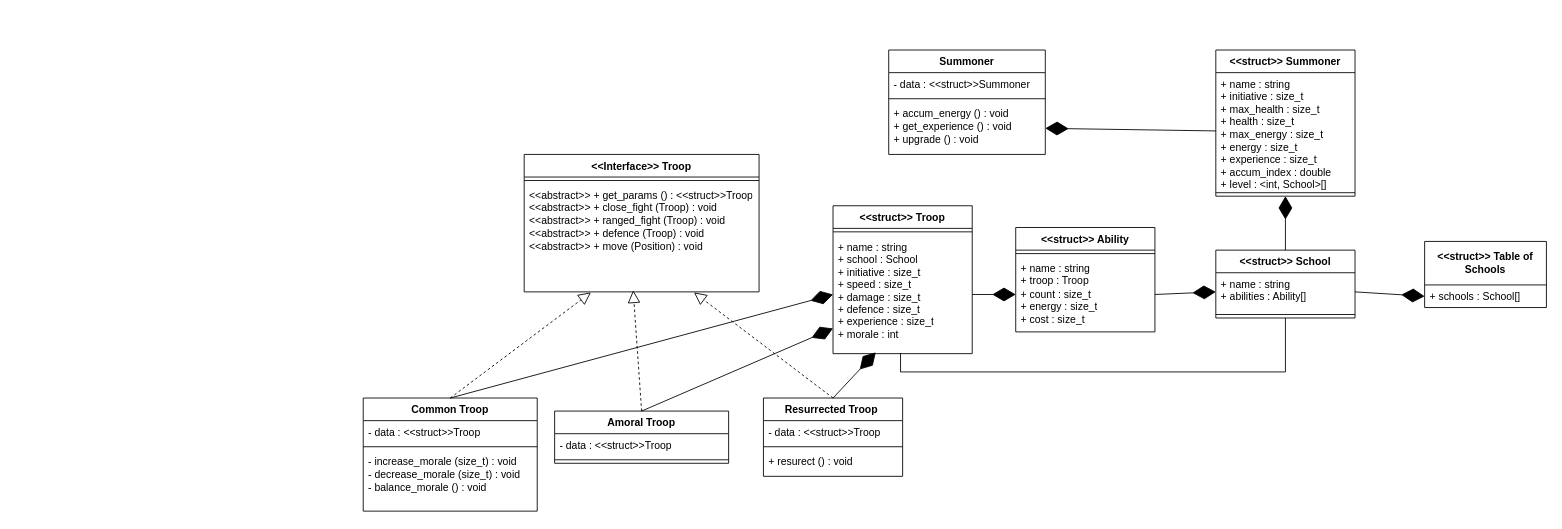
Earlier version of the draw.io diagram lab3.drawio (Alvald1/draw.io). Source tidied: cells renumbered, new cells numbered last; positions are measured from the earlier drawing's top-left corner, leaving out a move shared by most shapes. Both pictures are drawn from the tidied source at 87%, with x=0, y=0 at pixel (363, 50).
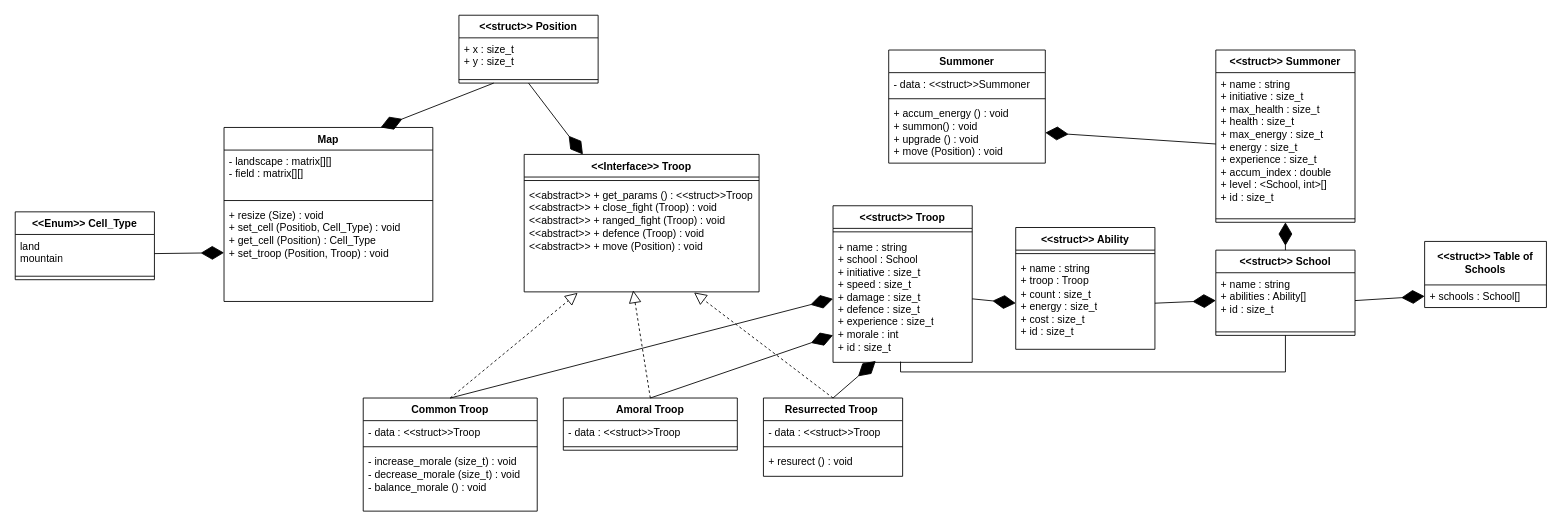
After the change.

The change refers to these unchanged cells:
```xml
<mxCell id="26" value="&amp;lt;&amp;lt;Interface&amp;gt;&amp;gt; Troop" style="swimlane;fontStyle=1;align=center;verticalAlign=top;horizontal=1;startSize=26;whiteSpace=wrap;html=1;" parent="1" vertex="1">
  <mxGeometry x="185" y="120" width="270" height="158" as="geometry" />
</mxCell>
<mxCell id="28" value="&amp;lt;&amp;lt;abstract&amp;gt;&amp;gt;&amp;nbsp;+ get_params () : &amp;lt;&amp;lt;struct&amp;gt;&amp;gt;Troop&lt;br&gt;&lt;div&gt;&lt;span style=&quot;background-color: initial;&quot;&gt;&amp;lt;&amp;lt;abstract&amp;gt;&amp;gt;&lt;/span&gt;&lt;span style=&quot;background-color: initial;&quot;&gt;&amp;nbsp;&lt;/span&gt;+ close_fight (Troop) : void&lt;/div&gt;&lt;div&gt;&lt;span style=&quot;background-color: initial;&quot;&gt;&amp;lt;&amp;lt;abstract&amp;gt;&amp;gt;&lt;/span&gt;&lt;span style=&quot;background-color: initial;&quot;&gt;&amp;nbsp;&lt;/span&gt;+ ranged_fight (Troop) : void&lt;/div&gt;&lt;div&gt;&lt;span style=&quot;background-color: initial;&quot;&gt;&amp;lt;&amp;lt;abstract&amp;gt;&amp;gt;&lt;/span&gt;&lt;span style=&quot;background-color: initial;&quot;&gt;&amp;nbsp;&lt;/span&gt;+ defence (Troop) : void&lt;/div&gt;&lt;div&gt;&lt;span style=&quot;background-color: initial;&quot;&gt;&amp;lt;&amp;lt;abstract&amp;gt;&amp;gt;&lt;/span&gt;&lt;span style=&quot;background-color: initial;&quot;&gt;&amp;nbsp;&lt;/span&gt;+ move (Position) : void&lt;/div&gt;" style="text;strokeColor=none;fillColor=none;align=left;verticalAlign=top;spacingLeft=4;spacingRight=4;overflow=hidden;points=[[0,0.5],[1,0.5]];portConstraint=eastwest;whiteSpace=wrap;html=1;" parent="26" vertex="1">
  <mxGeometry y="34" width="270" height="124" as="geometry" />
</mxCell>
<mxCell id="29" value="Common Troop" style="swimlane;fontStyle=1;align=center;verticalAlign=top;horizontal=1;startSize=26;whiteSpace=wrap;html=1;" parent="1" vertex="1">
  <mxGeometry y="400" width="200" height="130" as="geometry" />
</mxCell>
```

Diff of the diagram source:
```diff
@@
     <mxCell id="2" value="&amp;lt;&amp;lt;struct&amp;gt;&amp;gt; Summoner" style="swimlane;fontStyle=1;align=center;verticalAlign=top;horizontal=1;startSize=26;whiteSpace=wrap;html=1;" parent="1" vertex="1">
-      <mxGeometry x="980" width="160" height="168" as="geometry" />
+      <mxGeometry x="980" width="160" height="198" as="geometry" />
     </mxCell>
-    <mxCell id="3" value="+ name : string&lt;div&gt;+ initiative : size_t&lt;/div&gt;&lt;div&gt;+ max_health : size_t&lt;/div&gt;&lt;div&gt;+&amp;nbsp;health : size_t&lt;/div&gt;&lt;div&gt;+ max_energy : size_t&lt;/div&gt;&lt;div&gt;+ energy : size_t&lt;/div&gt;&lt;div&gt;+ experience : size_t&lt;/div&gt;&lt;div&gt;+ accum_index : double&lt;/div&gt;&lt;div&gt;+ level : &amp;lt;int, School&amp;gt;[]&lt;/div&gt;" style="text;strokeColor=none;fillColor=none;align=left;verticalAlign=top;spacingLeft=4;spacingRight=4;overflow=hidden;points=[[0,0.5],[1,0.5]];portConstraint=eastwest;whiteSpace=wrap;html=1;" parent="2" vertex="1">
-      <mxGeometry y="26" width="160" height="134" as="geometry" />
+    <mxCell id="3" value="+ name : string&lt;div&gt;+ initiative : size_t&lt;/div&gt;&lt;div&gt;+ max_health : size_t&lt;/div&gt;&lt;div&gt;+&amp;nbsp;health : size_t&lt;/div&gt;&lt;div&gt;+ max_energy : size_t&lt;/div&gt;&lt;div&gt;+ energy : size_t&lt;/div&gt;&lt;div&gt;+ experience : size_t&lt;/div&gt;&lt;div&gt;+ accum_index : double&lt;/div&gt;&lt;div&gt;+ level : &amp;lt;School,&amp;nbsp;&lt;span style=&quot;background-color: initial;&quot;&gt;int&lt;/span&gt;&lt;span style=&quot;background-color: initial;&quot;&gt;&amp;gt;[]&lt;/span&gt;&lt;/div&gt;&lt;div&gt;&lt;span style=&quot;background-color: initial;&quot;&gt;+ id : size_t&lt;/span&gt;&lt;/div&gt;" style="text;strokeColor=none;fillColor=none;align=left;verticalAlign=top;spacingLeft=4;spacingRight=4;overflow=hidden;points=[[0,0.5],[1,0.5]];portConstraint=eastwest;whiteSpace=wrap;html=1;" parent="2" vertex="1">
+      <mxGeometry y="26" width="160" height="164" as="geometry" />
     </mxCell>
     <mxCell id="4" style="line;strokeWidth=1;fillColor=none;align=left;verticalAlign=middle;spacingTop=-1;spacingLeft=3;spacingRight=3;labelPosition=right;strokeColor=inherit;" parent="2" vertex="1">
-      <mxGeometry y="160" width="160" height="8" as="geometry" />
+      <mxGeometry y="190" width="160" height="8" as="geometry" />
     </mxCell>
     <mxCell id="5" value="&lt;span style=&quot;white-space-collapse: preserve;&quot; class=&quot;EzKURWReUAB5oZgtQNkl&quot;&gt;&amp;lt;&amp;lt;struct&amp;gt;&amp;gt; School&lt;/span&gt;" style="swimlane;fontStyle=1;align=center;verticalAlign=top;horizontal=1;startSize=26;whiteSpace=wrap;html=1;" parent="1" vertex="1">
-      <mxGeometry x="980" y="230" width="160" height="78" as="geometry" />
+      <mxGeometry x="980" y="230" width="160" height="98" as="geometry" />
     </mxCell>
-    <mxCell id="6" value="+ name : string&lt;div&gt;+ abilities : Ability[]&lt;/div&gt;" style="text;strokeColor=none;fillColor=none;align=left;verticalAlign=top;spacingLeft=4;spacingRight=4;overflow=hidden;points=[[0,0.5],[1,0.5]];portConstraint=eastwest;whiteSpace=wrap;html=1;" parent="5" vertex="1">
-      <mxGeometry y="26" width="160" height="44" as="geometry" />
+    <mxCell id="6" value="+ name : string&lt;div&gt;+ abilities : Ability[]&lt;/div&gt;&lt;div&gt;+ id : size_t&lt;/div&gt;" style="text;strokeColor=none;fillColor=none;align=left;verticalAlign=top;spacingLeft=4;spacingRight=4;overflow=hidden;points=[[0,0.5],[1,0.5]];portConstraint=eastwest;whiteSpace=wrap;html=1;" parent="5" vertex="1">
+      <mxGeometry y="26" width="160" height="64" as="geometry" />
     </mxCell>
     <mxCell id="7" style="line;strokeWidth=1;fillColor=none;align=left;verticalAlign=middle;spacingTop=-1;spacingLeft=3;spacingRight=3;labelPosition=right;strokeColor=inherit;" parent="5" vertex="1">
-      <mxGeometry y="70" width="160" height="8" as="geometry" />
+      <mxGeometry y="90" width="160" height="8" as="geometry" />
     </mxCell>
     <mxCell id="8" value="&lt;span style=&quot;white-space-collapse: preserve;&quot; class=&quot;EzKURWReUAB5oZgtQNkl&quot;&gt;&amp;lt;&amp;lt;struct&amp;gt;&amp;gt; Ability&lt;/span&gt;" style="swimlane;fontStyle=1;align=center;verticalAlign=top;horizontal=1;startSize=26;whiteSpace=wrap;html=1;" parent="1" vertex="1">
-      <mxGeometry x="750" y="204" width="160" height="120" as="geometry" />
+      <mxGeometry x="750" y="204" width="160" height="140" as="geometry" />
     </mxCell>
@@
-    <mxCell id="10" value="+ name : string&lt;div&gt;+ troop : Troop&lt;/div&gt;&lt;div&gt;+ count : size_t&lt;/div&gt;&lt;div&gt;+ energy : size_t&lt;/div&gt;&lt;div&gt;+ cost : size_t&lt;/div&gt;" style="text;strokeColor=none;fillColor=none;align=left;verticalAlign=top;spacingLeft=4;spacingRight=4;overflow=hidden;points=[[0,0.5],[1,0.5]];portConstraint=eastwest;whiteSpace=wrap;html=1;" parent="8" vertex="1">
-      <mxGeometry y="34" width="160" height="86" as="geometry" />
+    <mxCell id="10" value="+ name : string&lt;div&gt;+ troop : Troop&lt;/div&gt;&lt;div&gt;+ count : size_t&lt;/div&gt;&lt;div&gt;+ energy : size_t&lt;/div&gt;&lt;div&gt;+ cost : size_t&lt;/div&gt;&lt;div&gt;+ id : size_t&lt;/div&gt;" style="text;strokeColor=none;fillColor=none;align=left;verticalAlign=top;spacingLeft=4;spacingRight=4;overflow=hidden;points=[[0,0.5],[1,0.5]];portConstraint=eastwest;whiteSpace=wrap;html=1;" parent="8" vertex="1">
+      <mxGeometry y="34" width="160" height="106" as="geometry" />
     </mxCell>
     <mxCell id="11" value="&amp;lt;&amp;lt;struct&amp;gt;&amp;gt; Troop" style="swimlane;fontStyle=1;align=center;verticalAlign=top;horizontal=1;startSize=26;whiteSpace=wrap;html=1;" parent="1" vertex="1">
-      <mxGeometry x="540" y="179" width="160" height="170" as="geometry" />
+      <mxGeometry x="540" y="179" width="160" height="180" as="geometry" />
     </mxCell>
@@
-    <mxCell id="13" value="+ name : string&lt;div&gt;+ school : School&lt;/div&gt;&lt;div&gt;+&amp;nbsp;&lt;span style=&quot;white-space-collapse: preserve; background-color: initial;&quot;&gt;initiative : size_t&lt;/span&gt;&lt;/div&gt;&lt;div&gt;&lt;span style=&quot;white-space-collapse: preserve; background-color: initial;&quot;&gt;+ speed : size_t&lt;/span&gt;&lt;/div&gt;&lt;div&gt;&lt;span style=&quot;white-space-collapse: preserve; background-color: initial;&quot;&gt;+ damage : size_t&lt;/span&gt;&lt;/div&gt;&lt;div&gt;&lt;span style=&quot;white-space-collapse: preserve; background-color: initial;&quot;&gt;+ defence : size_t&lt;/span&gt;&lt;/div&gt;&lt;div&gt;&lt;span style=&quot;white-space-collapse: preserve; background-color: initial;&quot;&gt;+ experience : size_t&lt;/span&gt;&lt;/div&gt;&lt;div&gt;&lt;span style=&quot;white-space-collapse: preserve; background-color: initial;&quot;&gt;+ morale : int&lt;/span&gt;&lt;/div&gt;" style="text;strokeColor=none;fillColor=none;align=left;verticalAlign=top;spacingLeft=4;spacingRight=4;overflow=hidden;points=[[0,0.5],[1,0.5]];portConstraint=eastwest;whiteSpace=wrap;html=1;" parent="11" vertex="1">
-      <mxGeometry y="34" width="160" height="136" as="geometry" />
+    <mxCell id="13" value="+ name : string&lt;div&gt;+ school : School&lt;/div&gt;&lt;div&gt;+&amp;nbsp;&lt;span style=&quot;white-space-collapse: preserve; background-color: initial;&quot;&gt;initiative : size_t&lt;/span&gt;&lt;/div&gt;&lt;div&gt;&lt;span style=&quot;white-space-collapse: preserve; background-color: initial;&quot;&gt;+ speed : size_t&lt;/span&gt;&lt;/div&gt;&lt;div&gt;&lt;span style=&quot;white-space-collapse: preserve; background-color: initial;&quot;&gt;+ damage : size_t&lt;/span&gt;&lt;/div&gt;&lt;div&gt;&lt;span style=&quot;white-space-collapse: preserve; background-color: initial;&quot;&gt;+ defence : size_t&lt;/span&gt;&lt;/div&gt;&lt;div&gt;&lt;span style=&quot;white-space-collapse: preserve; background-color: initial;&quot;&gt;+ experience : size_t&lt;/span&gt;&lt;/div&gt;&lt;div&gt;&lt;span style=&quot;white-space-collapse: preserve; background-color: initial;&quot;&gt;+ morale : int&lt;/span&gt;&lt;/div&gt;&lt;div&gt;&lt;span style=&quot;white-space-collapse: preserve; background-color: initial;&quot;&gt;+ id : size_t&lt;/span&gt;&lt;/div&gt;" style="text;strokeColor=none;fillColor=none;align=left;verticalAlign=top;spacingLeft=4;spacingRight=4;overflow=hidden;points=[[0,0.5],[1,0.5]];portConstraint=eastwest;whiteSpace=wrap;html=1;" parent="11" vertex="1">
+      <mxGeometry y="34" width="160" height="146" as="geometry" />
     </mxCell>
@@
     <mxCell id="21" value="Summoner" style="swimlane;fontStyle=1;align=center;verticalAlign=top;horizontal=1;startSize=26;whiteSpace=wrap;html=1;" parent="1" vertex="1">
-      <mxGeometry x="604" width="180" height="120" as="geometry" />
+      <mxGeometry x="604" width="180" height="130" as="geometry" />
     </mxCell>
@@
-    <mxCell id="24" value="+ accum_energy () : void&lt;div&gt;+ get_experience () : void&lt;/div&gt;&lt;div&gt;+ upgrade () : void&lt;/div&gt;&lt;div&gt;&lt;br&gt;&lt;/div&gt;" style="text;strokeColor=none;fillColor=none;align=left;verticalAlign=top;spacingLeft=4;spacingRight=4;overflow=hidden;points=[[0,0.5],[1,0.5]];portConstraint=eastwest;whiteSpace=wrap;html=1;" parent="21" vertex="1">
-      <mxGeometry y="60" width="180" height="60" as="geometry" />
+    <mxCell id="24" value="+ accum_energy () : void&lt;div&gt;+ summon() : void&lt;/div&gt;&lt;div&gt;+ upgrade () : void&lt;/div&gt;&lt;div&gt;+ move (Position) : void&lt;/div&gt;" style="text;strokeColor=none;fillColor=none;align=left;verticalAlign=top;spacingLeft=4;spacingRight=4;overflow=hidden;points=[[0,0.5],[1,0.5]];portConstraint=eastwest;whiteSpace=wrap;html=1;" parent="21" vertex="1">
+      <mxGeometry y="60" width="180" height="70" as="geometry" />
     </mxCell>
@@
     <mxCell id="33" value="Amoral Troop" style="swimlane;fontStyle=1;align=center;verticalAlign=top;horizontal=1;startSize=26;whiteSpace=wrap;html=1;" parent="1" vertex="1">
-      <mxGeometry x="220" y="415" width="200" height="60" as="geometry" />
+      <mxGeometry x="230" y="400" width="200" height="60" as="geometry" />
     </mxCell>
@@
-    <mxCell id="40" style="endArrow=block;dashed=1;endFill=0;endSize=12;html=1;rounded=0;exitX=0.5;exitY=0;exitDx=0;exitDy=0;entryX=0.284;entryY=1.005;entryDx=0;entryDy=0;entryPerimeter=0;" parent="1" edge="1" source="29" target="28">
+    <mxCell id="40" style="endArrow=block;dashed=1;endFill=0;endSize=12;html=1;rounded=0;exitX=0.5;exitY=0;exitDx=0;exitDy=0;entryX=0.228;entryY=1.009;entryDx=0;entryDy=0;entryPerimeter=0;" parent="1" edge="1" source="29" target="28">
       <mxGeometry relative="1" as="geometry" />
     </mxCell>
@@
+    <mxCell id="46" value="Map" style="swimlane;fontStyle=1;align=center;verticalAlign=top;horizontal=1;startSize=26;whiteSpace=wrap;html=1;" parent="1" vertex="1">
+      <mxGeometry x="-160" y="89" width="240" height="200" as="geometry" />
+    </mxCell>
+    <mxCell id="47" value="- landscape : matrix[][]&lt;div&gt;- field : matrix[][]&lt;/div&gt;" style="text;strokeColor=none;fillColor=none;align=left;verticalAlign=top;spacingLeft=4;spacingRight=4;overflow=hidden;whiteSpace=wrap;html=1;" parent="46" vertex="1">
+      <mxGeometry y="26" width="240" height="54" as="geometry" />
+    </mxCell>
+    <mxCell id="48" style="line;strokeWidth=1;fillColor=none;align=left;verticalAlign=middle;spacingTop=-1;spacingLeft=3;spacingRight=3;labelPosition=right;strokeColor=inherit;" parent="46" vertex="1">
+      <mxGeometry y="80" width="240" height="8" as="geometry" />
+    </mxCell>
+    <mxCell id="49" value="+ resize (Size) : void&lt;div&gt;+ set_cell (Positiob, Cell_Type) : void&lt;/div&gt;&lt;div&gt;+ get_cell (Position) : Cell_Type&lt;/div&gt;&lt;div&gt;+ set_troop (Position, Troop) : void&lt;/div&gt;" style="text;strokeColor=none;fillColor=none;align=left;verticalAlign=top;spacingLeft=4;spacingRight=4;overflow=hidden;points=[[0,0.5],[1,0.5]];portConstraint=eastwest;whiteSpace=wrap;html=1;" parent="46" vertex="1">
+      <mxGeometry y="88" width="240" height="112" as="geometry" />
+    </mxCell>
+    <mxCell id="50" value="&amp;lt;&amp;lt;struct&amp;gt;&amp;gt; Position" style="swimlane;fontStyle=1;align=center;verticalAlign=top;horizontal=1;startSize=26;whiteSpace=wrap;html=1;" parent="1" vertex="1">
+      <mxGeometry x="110" y="-40" width="160" height="78" as="geometry" />
+    </mxCell>
+    <mxCell id="51" value="+ x : size_t&lt;div&gt;+ y : size_t&lt;/div&gt;" style="text;strokeColor=none;fillColor=none;align=left;verticalAlign=top;spacingLeft=4;spacingRight=4;overflow=hidden;whiteSpace=wrap;html=1;" parent="50" vertex="1">
+      <mxGeometry y="26" width="160" height="44" as="geometry" />
+    </mxCell>
+    <mxCell id="52" style="line;strokeWidth=1;fillColor=none;align=left;verticalAlign=middle;spacingTop=-1;spacingLeft=3;spacingRight=3;labelPosition=right;strokeColor=inherit;" parent="50" vertex="1">
+      <mxGeometry y="70" width="160" height="8" as="geometry" />
+    </mxCell>
+    <mxCell id="53" value="&amp;lt;&amp;lt;Enum&amp;gt;&amp;gt; Cell_Type" style="swimlane;fontStyle=1;align=center;verticalAlign=top;horizontal=1;startSize=26;whiteSpace=wrap;html=1;" parent="1" vertex="1">
+      <mxGeometry x="-400" y="186" width="160" height="78" as="geometry" />
+    </mxCell>
+    <mxCell id="54" value="land&lt;div&gt;mountain&lt;/div&gt;" style="text;strokeColor=none;fillColor=none;align=left;verticalAlign=top;spacingLeft=4;spacingRight=4;overflow=hidden;points=[[0,0.5],[1,0.5]];portConstraint=eastwest;whiteSpace=wrap;html=1;" parent="53" vertex="1">
+      <mxGeometry y="26" width="160" height="44" as="geometry" />
+    </mxCell>
+    <mxCell id="55" style="line;strokeWidth=1;fillColor=none;align=left;verticalAlign=middle;spacingTop=-1;spacingLeft=3;spacingRight=3;labelPosition=right;strokeColor=inherit;" parent="53" vertex="1">
+      <mxGeometry y="70" width="160" height="8" as="geometry" />
+    </mxCell>
+    <mxCell id="56" style="endArrow=diamondThin;endFill=1;endSize=24;html=1;rounded=0;exitX=1;exitY=0.5;exitDx=0;exitDy=0;entryX=0;entryY=0.5;entryDx=0;entryDy=0;" parent="1" edge="1" source="54" target="49">
+      <mxGeometry relative="1" as="geometry" />
+    </mxCell>
+    <mxCell id="57" style="endArrow=diamondThin;endFill=1;endSize=24;html=1;rounded=0;exitX=0.5;exitY=1;exitDx=0;exitDy=0;entryX=0.25;entryY=0;entryDx=0;entryDy=0;" parent="1" edge="1" source="50" target="26">
+      <mxGeometry relative="1" as="geometry" />
+    </mxCell>
+    <mxCell id="58" style="endArrow=diamondThin;endFill=1;endSize=24;html=1;rounded=0;exitX=0.25;exitY=1;exitDx=0;exitDy=0;entryX=0.75;entryY=0;entryDx=0;entryDy=0;" parent="1" edge="1" source="50" target="46">
+      <mxGeometry relative="1" as="geometry" />
+    </mxCell>
```
